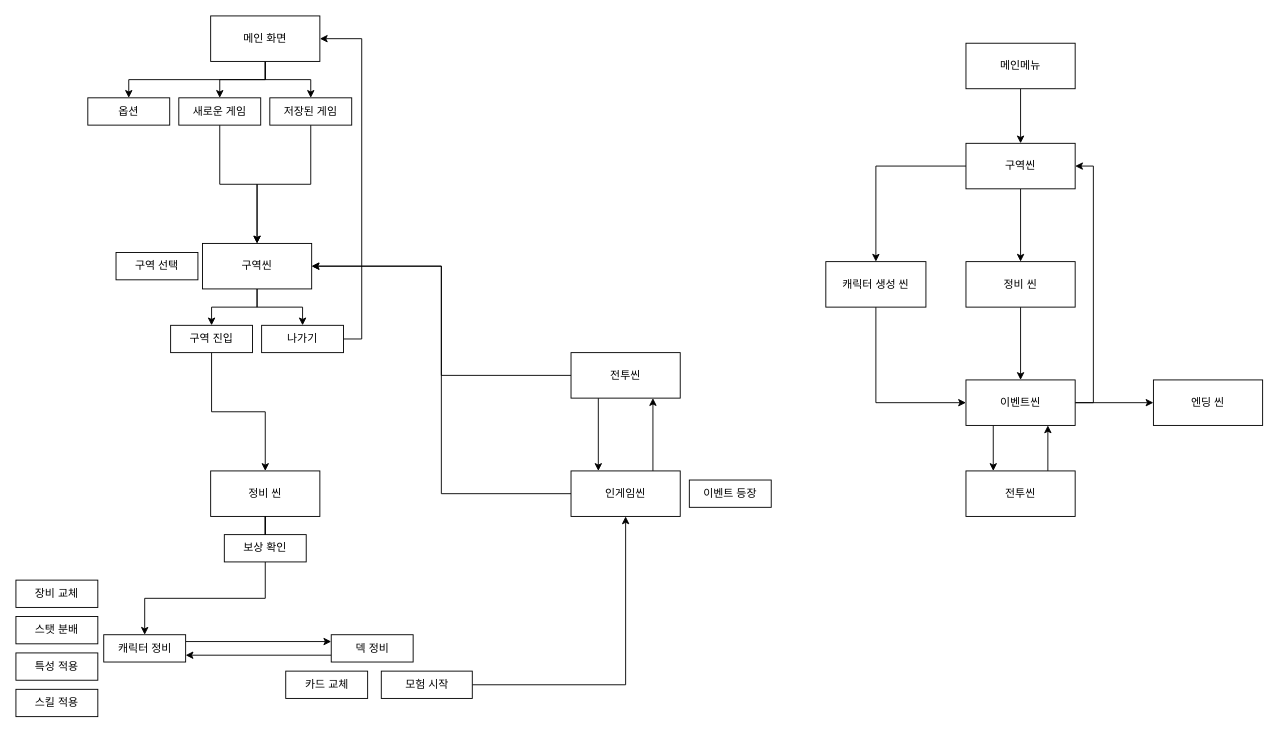
This is 게임 디자인/기획/씬플로우.drawio from DahamChoi/Exlix, a draw.io file, before an edit. Source tidied: cells renumbered, new cells numbered last; positions are measured from the earlier drawing's top-left corner, leaving out a move shared by most shapes. Both pictures are drawn from the tidied source at 91%, with x=0, y=0 at pixel (15, 15).
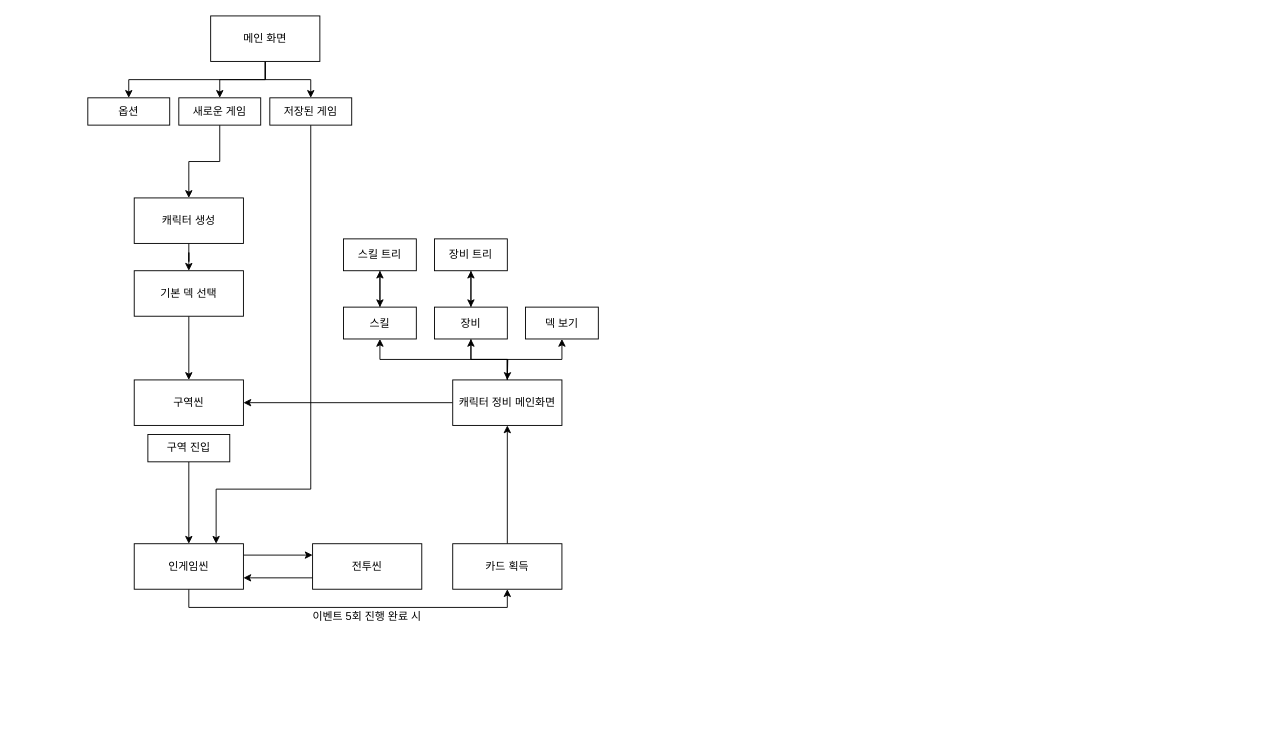
After the change.

Unchanged cells that the change refers to:
```xml
<mxCell id="5" value="메인 화면" style="rounded=0;whiteSpace=wrap;html=1;" parent="1" vertex="1">
  <mxGeometry x="214" width="120" height="50" as="geometry" />
</mxCell>
<mxCell id="21" value="새로운 게임" style="rounded=0;whiteSpace=wrap;html=1;" parent="1" vertex="1">
  <mxGeometry x="179" y="90" width="90" height="30" as="geometry" />
</mxCell>
<mxCell id="23" value="저장된 게임" style="rounded=0;whiteSpace=wrap;html=1;" parent="1" vertex="1">
  <mxGeometry x="279" y="90" width="90" height="30" as="geometry" />
</mxCell>
```

Diff of the diagram source:
```diff
@@
-    <mxCell id="6" style="edgeStyle=orthogonalEdgeStyle;rounded=0;jettySize=auto;html=1;exitX=0;exitY=0.5;exitDx=0;exitDy=0;" parent="1" edge="1" source="8" target="18">
-      <mxGeometry relative="1" as="geometry" />
-    </mxCell>
-    <mxCell id="7" style="edgeStyle=orthogonalEdgeStyle;rounded=0;jettySize=auto;html=1;exitX=0.5;exitY=1;exitDx=0;exitDy=0;entryX=0.5;entryY=0;entryDx=0;entryDy=0;" parent="1" edge="1" source="8" target="10">
-      <mxGeometry relative="1" as="geometry" />
-    </mxCell>
-    <mxCell id="8" value="구역씬" style="rounded=0;whiteSpace=wrap;html=1;" parent="1" vertex="1">
-      <mxGeometry x="1044" y="140" width="120" height="50" as="geometry" />
-    </mxCell>
-    <mxCell id="9" style="edgeStyle=orthogonalEdgeStyle;rounded=0;jettySize=auto;html=1;exitX=0.5;exitY=1;exitDx=0;exitDy=0;" parent="1" edge="1" source="10" target="14">
-      <mxGeometry relative="1" as="geometry" />
-    </mxCell>
-    <mxCell id="10" value="정비 씬" style="rounded=0;whiteSpace=wrap;html=1;" parent="1" vertex="1">
-      <mxGeometry x="1044" y="270" width="120" height="50" as="geometry" />
-    </mxCell>
-    <mxCell id="11" style="edgeStyle=orthogonalEdgeStyle;rounded=0;jettySize=auto;html=1;exitX=0.25;exitY=1;exitDx=0;exitDy=0;entryX=0.25;entryY=0;entryDx=0;entryDy=0;" parent="1" edge="1" source="14" target="16">
-      <mxGeometry relative="1" as="geometry" />
-    </mxCell>
-    <mxCell id="12" style="edgeStyle=orthogonalEdgeStyle;rounded=0;jettySize=auto;html=1;exitX=1;exitY=0.5;exitDx=0;exitDy=0;entryX=1;entryY=0.5;entryDx=0;entryDy=0;" parent="1" edge="1" source="14" target="8">
-      <mxGeometry relative="1" as="geometry" />
-    </mxCell>
-    <mxCell id="13" style="edgeStyle=orthogonalEdgeStyle;rounded=0;jettySize=auto;html=1;exitX=1;exitY=0.5;exitDx=0;exitDy=0;entryX=0;entryY=0.5;entryDx=0;entryDy=0;" parent="1" edge="1" source="14" target="19">
-      <mxGeometry relative="1" as="geometry" />
-    </mxCell>
-    <mxCell id="14" value="이벤트씬" style="rounded=0;whiteSpace=wrap;html=1;" parent="1" vertex="1">
-      <mxGeometry x="1044" y="400" width="120" height="50" as="geometry" />
-    </mxCell>
-    <mxCell id="15" style="edgeStyle=orthogonalEdgeStyle;rounded=0;jettySize=auto;html=1;exitX=0.75;exitY=0;exitDx=0;exitDy=0;entryX=0.75;entryY=1;entryDx=0;entryDy=0;" parent="1" edge="1" source="16" target="14">
-      <mxGeometry relative="1" as="geometry" />
-    </mxCell>
-    <mxCell id="16" value="전투씬" style="rounded=0;whiteSpace=wrap;html=1;" parent="1" vertex="1">
-      <mxGeometry x="1044" y="500" width="120" height="50" as="geometry" />
-    </mxCell>
-    <mxCell id="17" style="edgeStyle=orthogonalEdgeStyle;rounded=0;jettySize=auto;html=1;exitX=0.5;exitY=1;exitDx=0;exitDy=0;entryX=0;entryY=0.5;entryDx=0;entryDy=0;" parent="1" edge="1" source="18" target="14">
-      <mxGeometry relative="1" as="geometry" />
-    </mxCell>
-    <mxCell id="18" value="캐릭터 생성 씬" style="rounded=0;whiteSpace=wrap;html=1;" parent="1" vertex="1">
-      <mxGeometry x="890" y="270" width="110" height="50" as="geometry" />
-    </mxCell>
-    <mxCell id="19" value="엔딩 씬" style="rounded=0;whiteSpace=wrap;html=1;" parent="1" vertex="1">
-      <mxGeometry x="1250" y="400" width="120" height="50" as="geometry" />
-    </mxCell>
-    <mxCell id="20" style="edgeStyle=orthogonalEdgeStyle;rounded=0;jettySize=auto;html=1;exitX=0.5;exitY=1;exitDx=0;exitDy=0;" parent="1" edge="1" source="21" target="27">
-      <mxGeometry relative="1" as="geometry" />
-    </mxCell>
+    <mxCell id="57" style="edgeStyle=orthogonalEdgeStyle;rounded=0;jettySize=auto;html=1;exitX=0.5;exitY=1;exitDx=0;exitDy=0;" parent="1" edge="1" source="21" target="62">
+      <mxGeometry relative="1" as="geometry" />
+    </mxCell>
@@
-    <mxCell id="22" style="edgeStyle=orthogonalEdgeStyle;rounded=0;jettySize=auto;html=1;exitX=0.5;exitY=1;exitDx=0;exitDy=0;" parent="1" edge="1" source="23" target="27">
-      <mxGeometry relative="1" as="geometry" />
-    </mxCell>
+    <mxCell id="58" style="edgeStyle=orthogonalEdgeStyle;rounded=0;jettySize=auto;html=1;exitX=0.5;exitY=1;exitDx=0;exitDy=0;entryX=0.75;entryY=0;entryDx=0;entryDy=0;" parent="1" edge="1" source="23" target="50">
+      <mxGeometry relative="1" as="geometry">
+        <Array as="points">
+          <mxPoint x="324" y="520" />
+          <mxPoint x="220" y="520" />
+        </Array>
+      </mxGeometry>
+    </mxCell>
@@
-    <mxCell id="25" style="edgeStyle=orthogonalEdgeStyle;rounded=0;jettySize=auto;html=1;exitX=0.5;exitY=1;exitDx=0;exitDy=0;" parent="1" edge="1" source="27" target="29">
-      <mxGeometry relative="1" as="geometry" />
-    </mxCell>
-    <mxCell id="26" style="edgeStyle=orthogonalEdgeStyle;rounded=0;jettySize=auto;html=1;exitX=0.5;exitY=1;exitDx=0;exitDy=0;" parent="1" edge="1" source="27" target="31">
-      <mxGeometry relative="1" as="geometry" />
-    </mxCell>
     <mxCell id="27" value="구역씬" style="rounded=0;whiteSpace=wrap;html=1;" parent="1" vertex="1">
-      <mxGeometry x="205" y="250" width="120" height="50" as="geometry" />
+      <mxGeometry x="130" y="400" width="120" height="50" as="geometry" />
     </mxCell>
-    <mxCell id="28" style="edgeStyle=orthogonalEdgeStyle;rounded=0;jettySize=auto;html=1;exitX=0.5;exitY=1;exitDx=0;exitDy=0;" parent="1" edge="1" source="29" target="33">
-      <mxGeometry relative="1" as="geometry" />
-    </mxCell>
+    <mxCell id="59" style="edgeStyle=orthogonalEdgeStyle;rounded=0;jettySize=auto;html=1;exitX=0.5;exitY=1;exitDx=0;exitDy=0;" parent="1" edge="1" source="29" target="50">
+      <mxGeometry relative="1" as="geometry" />
+    </mxCell>
     <mxCell id="29" value="구역 진입" style="rounded=0;whiteSpace=wrap;html=1;" parent="1" vertex="1">
-      <mxGeometry x="170" y="340" width="90" height="30" as="geometry" />
+      <mxGeometry x="145" y="460" width="90" height="30" as="geometry" />
     </mxCell>
-    <mxCell id="30" style="edgeStyle=orthogonalEdgeStyle;rounded=0;jettySize=auto;html=1;exitX=1;exitY=0.5;exitDx=0;exitDy=0;entryX=1;entryY=0.5;entryDx=0;entryDy=0;" parent="1" edge="1" source="31" target="5">
-      <mxGeometry relative="1" as="geometry" />
-    </mxCell>
-    <mxCell id="31" value="나가기" style="rounded=0;whiteSpace=wrap;html=1;" parent="1" vertex="1">
-      <mxGeometry x="270" y="340" width="90" height="30" as="geometry" />
-    </mxCell>
-    <mxCell id="32" style="edgeStyle=orthogonalEdgeStyle;rounded=0;jettySize=auto;html=1;exitX=0.5;exitY=1;exitDx=0;exitDy=0;startArrow=none;" parent="1" edge="1" source="46" target="36">
-      <mxGeometry relative="1" as="geometry" />
-    </mxCell>
-    <mxCell id="33" value="정비 씬" style="rounded=0;whiteSpace=wrap;html=1;" parent="1" vertex="1">
-      <mxGeometry x="214" y="500" width="120" height="50" as="geometry" />
-    </mxCell>
-    <mxCell id="34" value="구역 선택" style="rounded=0;whiteSpace=wrap;html=1;" parent="1" vertex="1">
-      <mxGeometry x="110" y="260" width="90" height="30" as="geometry" />
-    </mxCell>
-    <mxCell id="35" style="edgeStyle=orthogonalEdgeStyle;rounded=0;jettySize=auto;html=1;exitX=1;exitY=0.25;exitDx=0;exitDy=0;entryX=0;entryY=0.25;entryDx=0;entryDy=0;" parent="1" edge="1" source="36" target="38">
-      <mxGeometry relative="1" as="geometry" />
-    </mxCell>
-    <mxCell id="36" value="캐릭터 정비" style="rounded=0;whiteSpace=wrap;html=1;" parent="1" vertex="1">
-      <mxGeometry x="96.5" y="680" width="90" height="30" as="geometry" />
-    </mxCell>
-    <mxCell id="37" style="edgeStyle=orthogonalEdgeStyle;rounded=0;jettySize=auto;html=1;exitX=0;exitY=0.75;exitDx=0;exitDy=0;entryX=1;entryY=0.75;entryDx=0;entryDy=0;" parent="1" edge="1" source="38" target="36">
-      <mxGeometry relative="1" as="geometry" />
-    </mxCell>
-    <mxCell id="38" value="덱 정비" style="rounded=0;whiteSpace=wrap;html=1;" parent="1" vertex="1">
-      <mxGeometry x="346.5" y="680" width="90" height="30" as="geometry" />
-    </mxCell>
-    <mxCell id="39" value="스탯 분배" style="rounded=0;whiteSpace=wrap;html=1;" parent="1" vertex="1">
-      <mxGeometry y="660" width="90" height="30" as="geometry" />
-    </mxCell>
-    <mxCell id="40" value="스킬 적용" style="rounded=0;whiteSpace=wrap;html=1;" parent="1" vertex="1">
-      <mxGeometry y="740" width="90" height="30" as="geometry" />
-    </mxCell>
-    <mxCell id="41" value="특성 적용" style="rounded=0;whiteSpace=wrap;html=1;" parent="1" vertex="1">
-      <mxGeometry y="700" width="90" height="30" as="geometry" />
-    </mxCell>
-    <mxCell id="42" value="장비 교체" style="rounded=0;whiteSpace=wrap;html=1;" parent="1" vertex="1">
-      <mxGeometry y="620" width="90" height="30" as="geometry" />
-    </mxCell>
-    <mxCell id="43" value="카드 교체" style="rounded=0;whiteSpace=wrap;html=1;" parent="1" vertex="1">
-      <mxGeometry x="296.5" y="720" width="90" height="30" as="geometry" />
-    </mxCell>
-    <mxCell id="44" style="edgeStyle=orthogonalEdgeStyle;rounded=0;jettySize=auto;html=1;exitX=1;exitY=0.5;exitDx=0;exitDy=0;" parent="1" edge="1" source="45" target="50">
-      <mxGeometry relative="1" as="geometry" />
-    </mxCell>
-    <mxCell id="45" value="모험 시작" style="rounded=0;whiteSpace=wrap;html=1;" parent="1" vertex="1">
-      <mxGeometry x="401.5" y="720" width="100" height="30" as="geometry" />
-    </mxCell>
-    <mxCell id="46" value="보상 확인" style="rounded=0;whiteSpace=wrap;html=1;" parent="1" vertex="1">
-      <mxGeometry x="229" y="570" width="90" height="30" as="geometry" />
-    </mxCell>
-    <mxCell id="47" style="edgeStyle=orthogonalEdgeStyle;rounded=0;jettySize=auto;html=1;exitX=0.5;exitY=1;exitDx=0;exitDy=0;endArrow=none;" parent="1" edge="1" source="33" target="46">
-      <mxGeometry relative="1" as="geometry" />
-    </mxCell>
-    <mxCell id="48" style="edgeStyle=orthogonalEdgeStyle;rounded=0;jettySize=auto;html=1;exitX=0.75;exitY=0;exitDx=0;exitDy=0;entryX=0.75;entryY=1;entryDx=0;entryDy=0;" parent="1" edge="1" source="50" target="54">
+    <mxCell id="48" style="edgeStyle=orthogonalEdgeStyle;rounded=0;jettySize=auto;html=1;exitX=1;exitY=0.25;exitDx=0;exitDy=0;entryX=0;entryY=0.25;entryDx=0;entryDy=0;" parent="1" edge="1" source="50" target="54">
       <mxGeometry relative="1" as="geometry" />
     </mxCell>
-    <mxCell id="49" style="edgeStyle=orthogonalEdgeStyle;rounded=0;jettySize=auto;html=1;exitX=0;exitY=0.5;exitDx=0;exitDy=0;entryX=1;entryY=0.5;entryDx=0;entryDy=0;" parent="1" edge="1" source="50" target="27">
-      <mxGeometry relative="1" as="geometry" />
-    </mxCell>
+    <mxCell id="60" style="edgeStyle=orthogonalEdgeStyle;rounded=0;jettySize=auto;html=1;exitX=0.5;exitY=1;exitDx=0;exitDy=0;entryX=0.5;entryY=1;entryDx=0;entryDy=0;" parent="1" edge="1" source="50" target="66">
+      <mxGeometry relative="1" as="geometry" />
+    </mxCell>
     <mxCell id="50" value="인게임씬" style="rounded=0;whiteSpace=wrap;html=1;" parent="1" vertex="1">
-      <mxGeometry x="610" y="500" width="120" height="50" as="geometry" />
+      <mxGeometry x="130" y="580" width="120" height="50" as="geometry" />
     </mxCell>
-    <mxCell id="51" value="이벤트 등장" style="rounded=0;whiteSpace=wrap;html=1;" parent="1" vertex="1">
-      <mxGeometry x="740" y="510" width="90" height="30" as="geometry" />
-    </mxCell>
-    <mxCell id="52" style="edgeStyle=orthogonalEdgeStyle;rounded=0;jettySize=auto;html=1;exitX=0.25;exitY=1;exitDx=0;exitDy=0;entryX=0.25;entryY=0;entryDx=0;entryDy=0;" parent="1" edge="1" source="54" target="50">
+    <mxCell id="52" style="edgeStyle=orthogonalEdgeStyle;rounded=0;jettySize=auto;html=1;exitX=0;exitY=0.75;exitDx=0;exitDy=0;entryX=1;entryY=0.75;entryDx=0;entryDy=0;" parent="1" edge="1" source="54" target="50">
       <mxGeometry relative="1" as="geometry" />
     </mxCell>
-    <mxCell id="53" style="edgeStyle=orthogonalEdgeStyle;rounded=0;jettySize=auto;html=1;exitX=0;exitY=0.5;exitDx=0;exitDy=0;entryX=1;entryY=0.5;entryDx=0;entryDy=0;" parent="1" edge="1" source="54" target="27">
-      <mxGeometry relative="1" as="geometry" />
-    </mxCell>
     <mxCell id="54" value="전투씬" style="rounded=0;whiteSpace=wrap;html=1;" parent="1" vertex="1">
-      <mxGeometry x="610" y="370" width="120" height="50" as="geometry" />
+      <mxGeometry x="326" y="580" width="120" height="50" as="geometry" />
     </mxCell>
-    <mxCell id="55" style="edgeStyle=orthogonalEdgeStyle;rounded=0;jettySize=auto;html=1;exitX=0.5;exitY=1;exitDx=0;exitDy=0;entryX=0.5;entryY=0;entryDx=0;entryDy=0;" parent="1" edge="1" source="56" target="8">
-      <mxGeometry relative="1" as="geometry" />
-    </mxCell>
-    <mxCell id="56" value="메인메뉴" style="rounded=0;whiteSpace=wrap;html=1;" parent="1" vertex="1">
-      <mxGeometry x="1044" y="30" width="120" height="50" as="geometry" />
-    </mxCell>
+    <mxCell id="61" style="edgeStyle=orthogonalEdgeStyle;rounded=0;jettySize=auto;html=1;exitX=0.5;exitY=1;exitDx=0;exitDy=0;" parent="1" edge="1" source="62" target="64">
+      <mxGeometry relative="1" as="geometry" />
+    </mxCell>
+    <mxCell id="62" value="캐릭터 생성" style="rounded=0;whiteSpace=wrap;html=1;" parent="1" vertex="1">
+      <mxGeometry x="130" y="200" width="120" height="50" as="geometry" />
+    </mxCell>
+    <mxCell id="63" style="edgeStyle=orthogonalEdgeStyle;rounded=0;jettySize=auto;html=1;exitX=0.5;exitY=1;exitDx=0;exitDy=0;" parent="1" edge="1" source="64" target="27">
+      <mxGeometry relative="1" as="geometry" />
+    </mxCell>
+    <mxCell id="64" value="기본 덱 선택" style="rounded=0;whiteSpace=wrap;html=1;" parent="1" vertex="1">
+      <mxGeometry x="130" y="280" width="120" height="50" as="geometry" />
+    </mxCell>
+    <mxCell id="65" style="edgeStyle=orthogonalEdgeStyle;rounded=0;jettySize=auto;html=1;exitX=0.5;exitY=0;exitDx=0;exitDy=0;entryX=0.5;entryY=1;entryDx=0;entryDy=0;" parent="1" edge="1" source="66" target="72">
+      <mxGeometry relative="1" as="geometry" />
+    </mxCell>
+    <mxCell id="66" value="카드 획득" style="rounded=0;whiteSpace=wrap;html=1;" parent="1" vertex="1">
+      <mxGeometry x="480" y="580" width="120" height="50" as="geometry" />
+    </mxCell>
+    <mxCell id="67" value="이벤트 5회 진행 완료 시" style="text;html=1;strokeColor=none;fillColor=none;align=center;verticalAlign=middle;whiteSpace=wrap;rounded=0;" parent="1" vertex="1">
+      <mxGeometry x="304" y="650" width="164" height="20" as="geometry" />
+    </mxCell>
+    <mxCell id="68" style="edgeStyle=orthogonalEdgeStyle;rounded=0;jettySize=auto;html=1;exitX=0;exitY=0.5;exitDx=0;exitDy=0;entryX=1;entryY=0.5;entryDx=0;entryDy=0;" parent="1" edge="1" source="72" target="27">
+      <mxGeometry relative="1" as="geometry" />
+    </mxCell>
+    <mxCell id="69" style="edgeStyle=orthogonalEdgeStyle;rounded=0;jettySize=auto;html=1;exitX=0.5;exitY=0;exitDx=0;exitDy=0;" parent="1" edge="1" source="72" target="76">
+      <mxGeometry relative="1" as="geometry" />
+    </mxCell>
+    <mxCell id="70" style="edgeStyle=orthogonalEdgeStyle;rounded=0;jettySize=auto;html=1;exitX=0.5;exitY=0;exitDx=0;exitDy=0;" parent="1" edge="1" source="72" target="78">
+      <mxGeometry relative="1" as="geometry" />
+    </mxCell>
+    <mxCell id="71" style="edgeStyle=orthogonalEdgeStyle;rounded=0;jettySize=auto;html=1;exitX=0.5;exitY=0;exitDx=0;exitDy=0;" parent="1" edge="1" source="72" target="73">
+      <mxGeometry relative="1" as="geometry" />
+    </mxCell>
+    <mxCell id="72" value="캐릭터 정비 메인화면" style="rounded=0;whiteSpace=wrap;html=1;" parent="1" vertex="1">
+      <mxGeometry x="480" y="400" width="120" height="50" as="geometry" />
+    </mxCell>
+    <mxCell id="73" value="덱 보기" style="rounded=0;whiteSpace=wrap;html=1;" parent="1" vertex="1">
+      <mxGeometry x="560" y="320" width="80" height="35" as="geometry" />
+    </mxCell>
+    <mxCell id="74" style="edgeStyle=orthogonalEdgeStyle;rounded=0;jettySize=auto;html=1;exitX=0.5;exitY=0;exitDx=0;exitDy=0;entryX=0.5;entryY=1;entryDx=0;entryDy=0;" parent="1" edge="1" source="76" target="82">
+      <mxGeometry relative="1" as="geometry" />
+    </mxCell>
+    <mxCell id="75" style="edgeStyle=orthogonalEdgeStyle;rounded=0;jettySize=auto;html=1;exitX=0.5;exitY=1;exitDx=0;exitDy=0;" parent="1" edge="1" source="76">
+      <mxGeometry relative="1" as="geometry">
+        <mxPoint x="540" y="400" as="targetPoint" />
+      </mxGeometry>
+    </mxCell>
+    <mxCell id="76" value="장비" style="rounded=0;whiteSpace=wrap;html=1;" parent="1" vertex="1">
+      <mxGeometry x="460" y="320" width="80" height="35" as="geometry" />
+    </mxCell>
+    <mxCell id="77" style="edgeStyle=orthogonalEdgeStyle;rounded=0;jettySize=auto;html=1;exitX=0.5;exitY=0;exitDx=0;exitDy=0;entryX=0.5;entryY=1;entryDx=0;entryDy=0;" parent="1" edge="1" source="78" target="80">
+      <mxGeometry relative="1" as="geometry" />
+    </mxCell>
+    <mxCell id="78" value="스킬" style="rounded=0;whiteSpace=wrap;html=1;" parent="1" vertex="1">
+      <mxGeometry x="360" y="320" width="80" height="35" as="geometry" />
+    </mxCell>
+    <mxCell id="79" style="edgeStyle=orthogonalEdgeStyle;rounded=0;jettySize=auto;html=1;exitX=0.5;exitY=1;exitDx=0;exitDy=0;" parent="1" edge="1" source="80" target="78">
+      <mxGeometry relative="1" as="geometry" />
+    </mxCell>
+    <mxCell id="80" value="스킬 트리" style="rounded=0;whiteSpace=wrap;html=1;" parent="1" vertex="1">
+      <mxGeometry x="360" y="245" width="80" height="35" as="geometry" />
+    </mxCell>
+    <mxCell id="81" style="edgeStyle=orthogonalEdgeStyle;rounded=0;jettySize=auto;html=1;exitX=0.5;exitY=1;exitDx=0;exitDy=0;entryX=0.5;entryY=0;entryDx=0;entryDy=0;" parent="1" edge="1" source="82" target="76">
+      <mxGeometry relative="1" as="geometry" />
+    </mxCell>
+    <mxCell id="82" value="장비 트리" style="rounded=0;whiteSpace=wrap;html=1;" parent="1" vertex="1">
+      <mxGeometry x="460" y="245" width="80" height="35" as="geometry" />
+    </mxCell>
```
